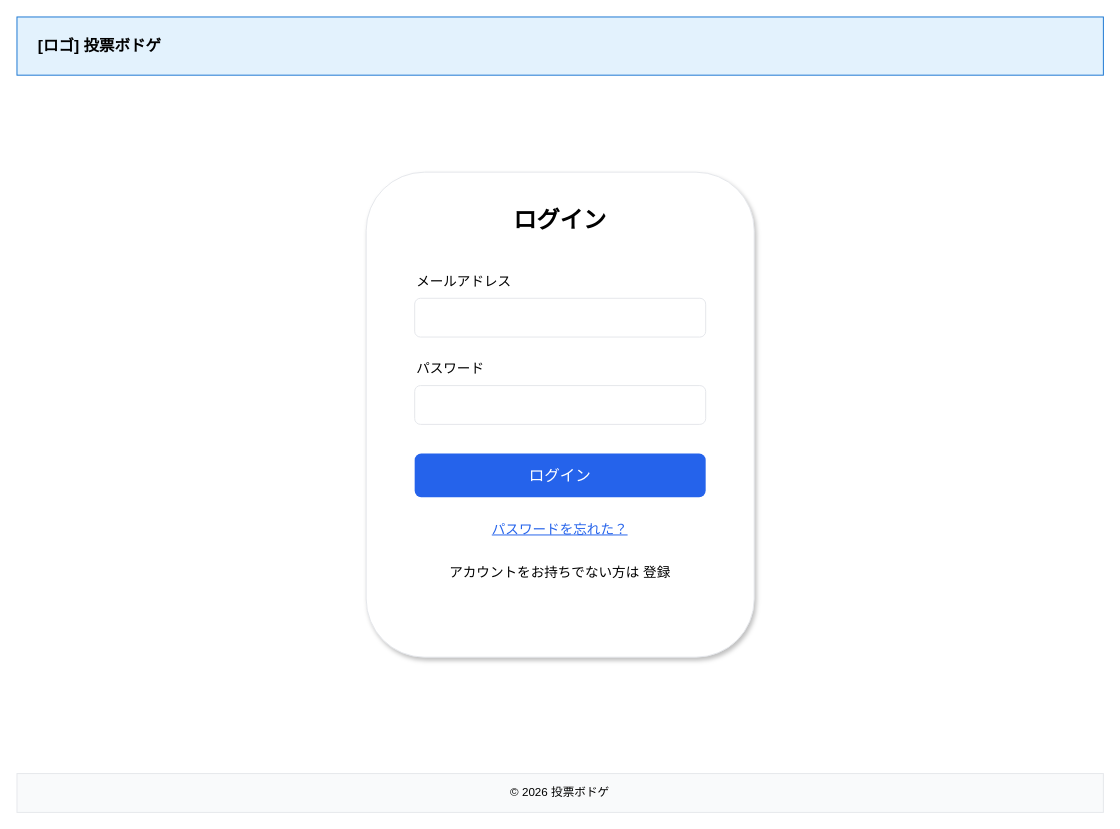
Above: docs/wireframes/02-login.drawio in satoshi256kbyte/vote-board-game (draw.io), before the change. Source tidied: cells renumbered, new cells numbered last; positions are measured from the earlier drawing's top-left corner, leaving out a move shared by most shapes. Both pictures are drawn from the tidied source at 97%, with x=0, y=0 at pixel (16, 16).
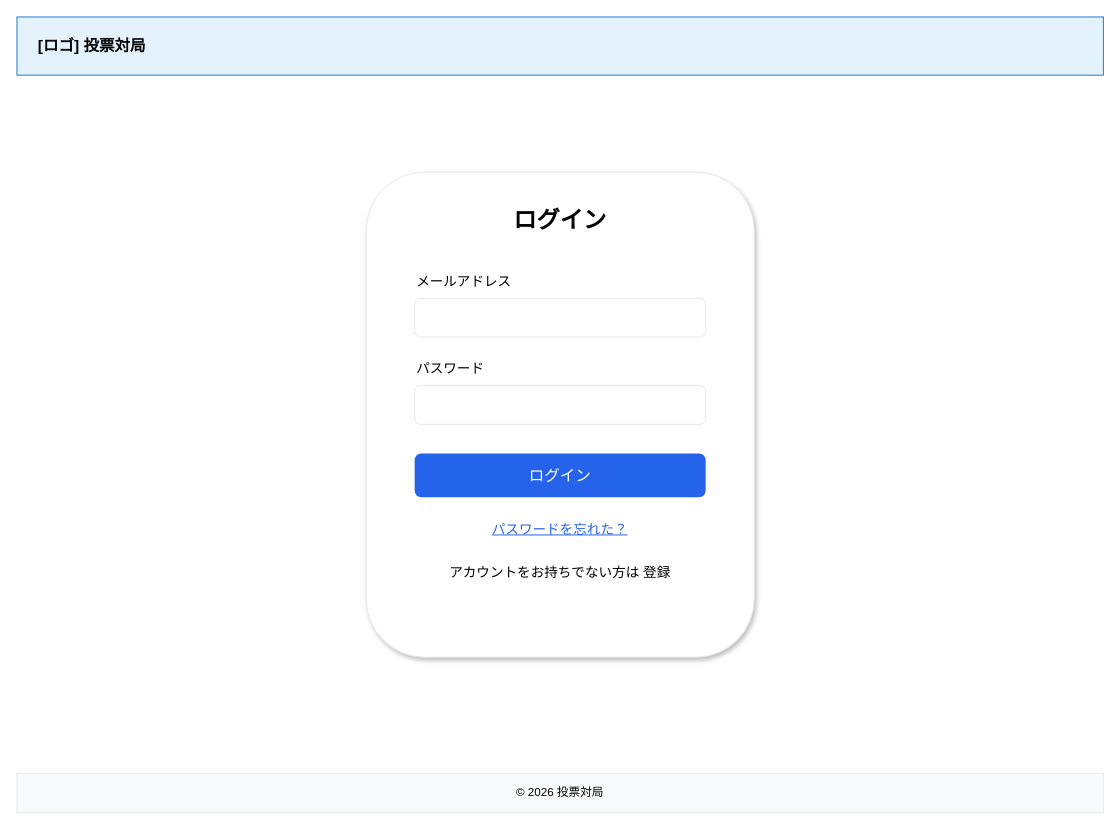
Above is the later version.

The edit, as a diff of the source:
```diff
@@
 <mxGraphModel>
   <root>
     <mxCell id="0" />
     <mxCell id="1" parent="0" />
     <mxCell id="2" style="rounded=0;whiteSpace=wrap;html=1;fillColor=#e3f2fd;strokeColor=#1976d2;" parent="1" vertex="1">
       <mxGeometry width="1120" height="60" as="geometry" />
     </mxCell>
-    <mxCell id="3" value="[ロゴ] 投票ボドゲ" style="text;html=1;strokeColor=none;fillColor=none;align=left;verticalAlign=middle;whiteSpace=wrap;rounded=0;fontSize=16;fontStyle=1;" parent="1" vertex="1">
+    <mxCell id="3" value="[ロゴ] 投票対局" style="text;html=1;strokeColor=none;fillColor=none;align=left;verticalAlign=middle;whiteSpace=wrap;rounded=0;fontSize=16;fontStyle=1;" parent="1" vertex="1">
       <mxGeometry x="20" y="15" width="200" height="30" as="geometry" />
     </mxCell>
     <mxCell id="4" style="rounded=1;whiteSpace=wrap;html=1;fillColor=#ffffff;strokeColor=#e5e7eb;shadow=1;align=center;verticalAlign=top;" parent="1" vertex="1">
       <mxGeometry x="360" y="160" width="400" height="500" as="geometry" />
     </mxCell>
     <mxCell id="5" value="ログイン" style="text;html=1;strokeColor=none;fillColor=none;align=center;verticalAlign=middle;whiteSpace=wrap;rounded=0;fontSize=24;fontStyle=1;" parent="1" vertex="1">
       <mxGeometry x="410" y="190" width="300" height="40" as="geometry" />
     </mxCell>
     <mxCell id="6" value="メールアドレス" style="text;html=1;strokeColor=none;fillColor=none;align=left;verticalAlign=middle;whiteSpace=wrap;rounded=0;fontSize=14;" parent="1" vertex="1">
       <mxGeometry x="410" y="260" width="300" height="25" as="geometry" />
     </mxCell>
     <mxCell id="7" style="rounded=1;whiteSpace=wrap;html=1;fillColor=#ffffff;strokeColor=#e5e7eb;" parent="1" vertex="1">
       <mxGeometry x="410" y="290" width="300" height="40" as="geometry" />
     </mxCell>
     <mxCell id="8" value="パスワード" style="text;html=1;strokeColor=none;fillColor=none;align=left;verticalAlign=middle;whiteSpace=wrap;rounded=0;fontSize=14;" parent="1" vertex="1">
       <mxGeometry x="410" y="350" width="300" height="25" as="geometry" />
     </mxCell>
     <mxCell id="9" style="rounded=1;whiteSpace=wrap;html=1;fillColor=#ffffff;strokeColor=#e5e7eb;" parent="1" vertex="1">
       <mxGeometry x="410" y="380" width="300" height="40" as="geometry" />
     </mxCell>
     <mxCell id="10" value="ログイン" style="rounded=1;whiteSpace=wrap;html=1;fillColor=#2563eb;strokeColor=none;fontColor=#ffffff;fontSize=16;" parent="1" vertex="1">
       <mxGeometry x="410" y="450" width="300" height="45" as="geometry" />
     </mxCell>
     <mxCell id="11" value="パスワードを忘れた？" style="text;html=1;strokeColor=none;fillColor=none;align=center;verticalAlign=middle;whiteSpace=wrap;rounded=0;fontSize=14;fontColor=#2563eb;fontStyle=4;" parent="1" vertex="1">
       <mxGeometry x="410" y="515" width="300" height="25" as="geometry" />
     </mxCell>
     <mxCell id="12" value="アカウントをお持ちでない方は 登録" style="text;html=1;strokeColor=none;fillColor=none;align=center;verticalAlign=middle;whiteSpace=wrap;rounded=0;fontSize=14;" parent="1" vertex="1">
       <mxGeometry x="410" y="560" width="300" height="25" as="geometry" />
     </mxCell>
-    <mxCell id="13" value="© 2026 投票ボドゲ" style="rounded=0;whiteSpace=wrap;html=1;fillColor=#f9fafb;strokeColor=#e5e7eb;align=center;" parent="1" vertex="1">
+    <mxCell id="13" value="© 2026 投票対局" style="rounded=0;whiteSpace=wrap;html=1;fillColor=#f9fafb;strokeColor=#e5e7eb;align=center;" parent="1" vertex="1">
       <mxGeometry y="780" width="1120" height="40" as="geometry" />
     </mxCell>
   </root>
 </mxGraphModel>
```
